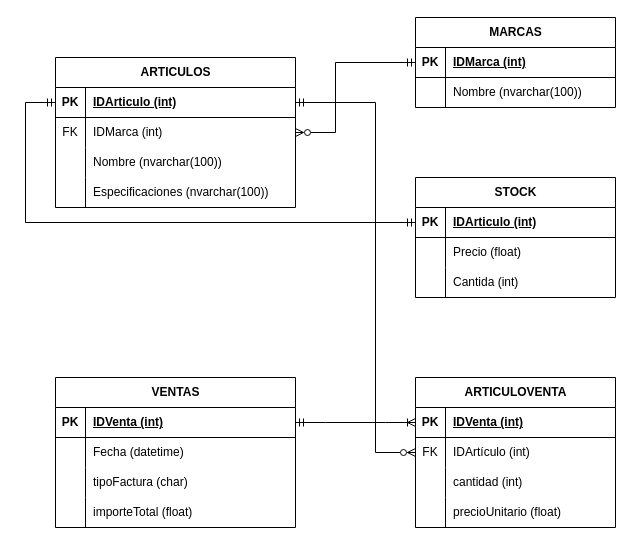
Before: TP Integrador BDII.drawio in Salchy/TP-integrador-dbii, a draw.io diagram. Source tidied: cells renumbered, new cells numbered last; positions are measured from the earlier drawing's top-left corner, leaving out a move shared by most shapes. Both pictures are drawn from the tidied source at 100%, with x=0, y=0 at pixel (25, 17).
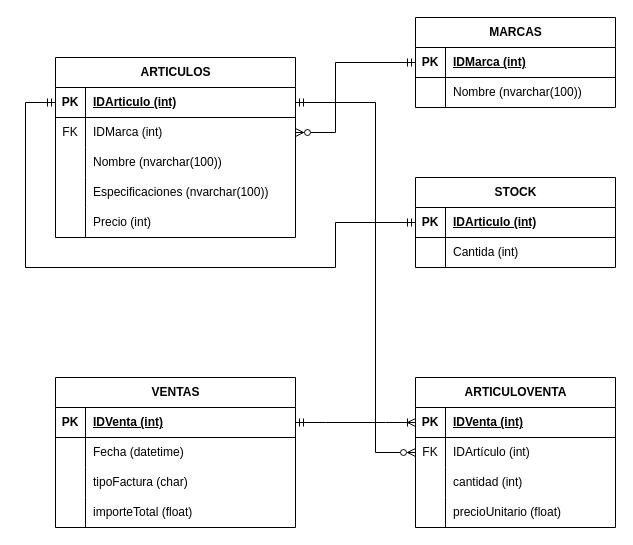
The same page after the edit.

Commit message (it also covers changes not shown here):
Ḿodificacion de tabla Stock, moví el atributo Precio a la tabla Artículos

The change refers to these unchanged cells:
```xml
<mxCell id="3" style="shape=tableRow;horizontal=0;startSize=0;swimlaneHead=0;swimlaneBody=0;fillColor=none;points=[[0,0.5],[1,0.5]];portConstraint=eastwest;top=0;left=0;right=0;bottom=1;" parent="2" vertex="1">
  <mxGeometry y="30" width="240" height="30" as="geometry" />
</mxCell>
<mxCell id="49" style="shape=tableRow;horizontal=0;startSize=0;swimlaneHead=0;swimlaneBody=0;fillColor=none;points=[[0,0.5],[1,0.5]];portConstraint=eastwest;top=0;left=0;right=0;bottom=1;" parent="48" vertex="1">
  <mxGeometry y="30" width="200" height="30" as="geometry" />
</mxCell>
```

Change to the diagram source:
```diff
@@
     <mxCell id="2" value="ARTICULOS" style="shape=table;startSize=30;childLayout=tableLayout;rowLines=0;fontStyle=1;align=center;html=1;" parent="1" vertex="1">
-      <mxGeometry x="30" y="40" width="240" height="150" as="geometry" />
+      <mxGeometry x="30" y="40" width="240" height="180" as="geometry" />
     </mxCell>
@@
+    <mxCell id="62" style="shape=tableRow;horizontal=0;startSize=0;swimlaneHead=0;swimlaneBody=0;fillColor=none;top=0;left=0;right=0;bottom=0;" parent="2" vertex="1">
+      <mxGeometry y="150" width="240" height="30" as="geometry" />
+    </mxCell>
+    <mxCell id="53" style="shape=partialRectangle;fillColor=none;top=0;left=0;bottom=0;right=0;overflow=hidden;whiteSpace=wrap;html=1;" parent="62" vertex="1">
+      <mxGeometry width="30" height="30" as="geometry" />
+    </mxCell>
+    <mxCell id="63" value="Precio (int)" style="shape=partialRectangle;fillColor=none;top=0;left=0;bottom=0;right=0;align=left;spacingLeft=6;overflow=hidden;whiteSpace=wrap;html=1;" parent="62" vertex="1">
+      <mxGeometry x="30" width="210" height="30" as="geometry" />
+    </mxCell>
@@
     <mxCell id="48" value="STOCK" style="shape=table;startSize=30;childLayout=tableLayout;rowLines=0;fontStyle=1;align=center;html=1;" parent="1" vertex="1">
-      <mxGeometry x="390" y="160" width="200" height="120" as="geometry" />
+      <mxGeometry x="390" y="160" width="200" height="90" as="geometry" />
     </mxCell>
@@
-    <mxCell id="52" style="shape=tableRow;horizontal=0;startSize=0;swimlaneHead=0;swimlaneBody=0;fillColor=none;top=0;left=0;right=0;bottom=0;" parent="48" vertex="1">
-      <mxGeometry y="60" width="200" height="30" as="geometry" />
-    </mxCell>
-    <mxCell id="53" style="shape=partialRectangle;fillColor=none;top=0;left=0;bottom=0;right=0;overflow=hidden;whiteSpace=wrap;html=1;" parent="52" vertex="1">
-      <mxGeometry width="30" height="30" as="geometry" />
-    </mxCell>
-    <mxCell id="54" value="Precio (float)" style="shape=partialRectangle;fillColor=none;top=0;left=0;bottom=0;right=0;align=left;spacingLeft=6;overflow=hidden;whiteSpace=wrap;html=1;" parent="52" vertex="1">
-      <mxGeometry x="30" width="170" height="30" as="geometry" />
-    </mxCell>
     <mxCell id="55" style="shape=tableRow;horizontal=0;startSize=0;swimlaneHead=0;swimlaneBody=0;fillColor=none;top=0;left=0;right=0;bottom=0;" parent="48" vertex="1">
-      <mxGeometry y="90" width="200" height="30" as="geometry" />
+      <mxGeometry y="60" width="200" height="30" as="geometry" />
     </mxCell>
@@
     <mxCell id="61" style="edgeStyle=orthogonalEdgeStyle;fontSize=12;html=1;endArrow=ERmandOne;endFill=0;rounded=0;entryX=0;entryY=0.5;entryDx=0;entryDy=0;startArrow=ERmandOne;startFill=0;" parent="1" edge="1" source="49" target="3">
       <mxGeometry relative="1" as="geometry">
         <Array as="points">
-          <mxPoint y="205" />
+          <mxPoint x="310" y="205" />
+          <mxPoint x="310" y="250" />
+          <mxPoint y="250" />
           <mxPoint y="85" />
         </Array>
       </mxGeometry>
     </mxCell>
```
